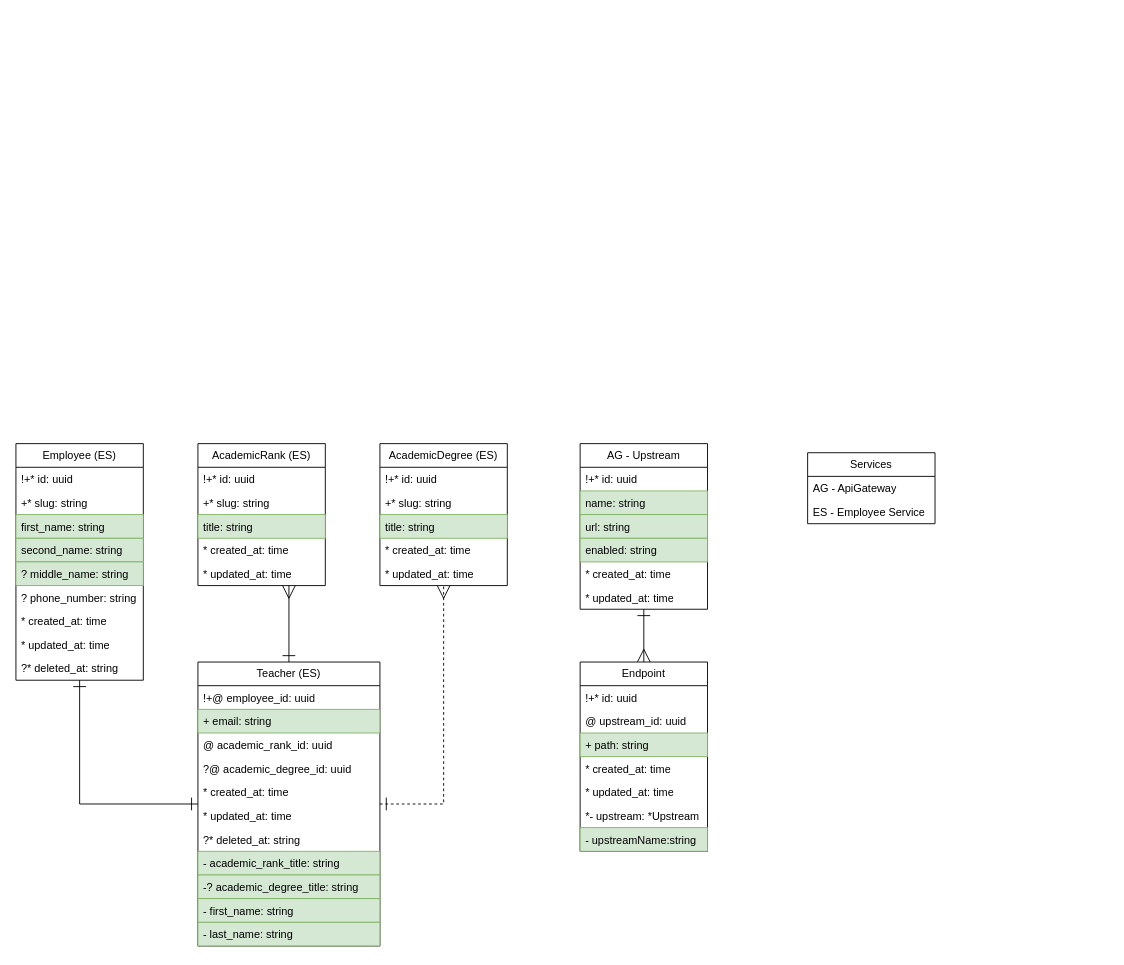
Earlier version of the draw.io diagram page "General" (2 of 5) of docs/entity_relationship.drawio (IrusHunter/duckademic). Source tidied: cells renumbered, new cells numbered last; positions are measured from the earlier drawing's top-left corner, leaving out a move shared by most shapes. Both pictures are drawn from the tidied source at 91%, with x=0, y=0 at pixel (15, 443).
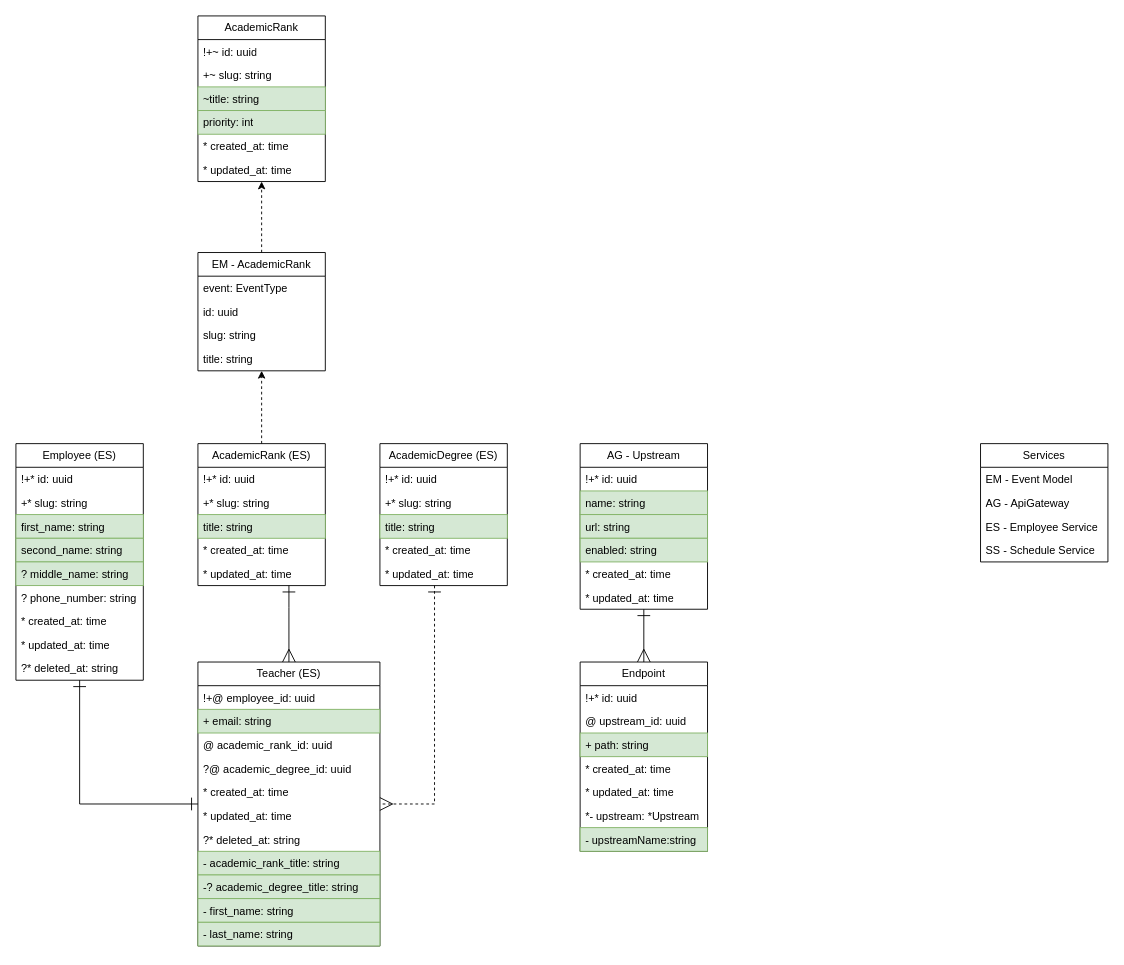
After the change.

The change refers to these unchanged cells:
```xml
<mxCell id="21" value="AcademicRank (ES)" style="swimlane;fontStyle=0;horizontal=1;startSize=26;fillColor=none;whiteSpace=wrap;html=1;" parent="1" vertex="1">
  <mxGeometry x="200" width="140" height="156" as="geometry" />
</mxCell>
<mxCell id="27" value="AcademicDegree (ES)" style="swimlane;fontStyle=0;horizontal=1;startSize=26;fillColor=none;whiteSpace=wrap;html=1;" parent="1" vertex="1">
  <mxGeometry x="400" width="140" height="156" as="geometry" />
</mxCell>
<mxCell id="43" value="Teacher (ES)" style="swimlane;fontStyle=0;horizontal=1;startSize=26;fillColor=none;whiteSpace=wrap;html=1;" parent="1" vertex="1">
  <mxGeometry x="200" y="240" width="200" height="312" as="geometry" />
</mxCell>
```

Change to the diagram source:
```diff
@@
     <mxCell id="18" value="Services" style="swimlane;fontStyle=0;horizontal=1;startSize=26;fillColor=none;whiteSpace=wrap;html=1;" parent="1" vertex="1">
-      <mxGeometry x="870" y="10" width="140" height="78" as="geometry" />
+      <mxGeometry x="1060" width="140" height="130" as="geometry" />
     </mxCell>
+    <mxCell id="58" value="EM - Event Model" style="text;strokeColor=none;fillColor=none;align=left;verticalAlign=top;spacingLeft=4;spacingRight=4;overflow=hidden;whiteSpace=wrap;html=1;" parent="18" vertex="1">
+      <mxGeometry y="26" width="140" height="26" as="geometry" />
+    </mxCell>
     <mxCell id="19" value="AG - ApiGateway" style="text;strokeColor=none;fillColor=none;align=left;verticalAlign=top;spacingLeft=4;spacingRight=4;overflow=hidden;whiteSpace=wrap;html=1;" parent="18" vertex="1">
-      <mxGeometry y="26" width="140" height="26" as="geometry" />
+      <mxGeometry y="52" width="140" height="26" as="geometry" />
     </mxCell>
     <mxCell id="20" value="ES - Employee Service" style="text;strokeColor=none;fillColor=none;align=left;verticalAlign=top;spacingLeft=4;spacingRight=4;overflow=hidden;whiteSpace=wrap;html=1;" parent="18" vertex="1">
-      <mxGeometry y="52" width="140" height="26" as="geometry" />
+      <mxGeometry y="78" width="140" height="26" as="geometry" />
     </mxCell>
+    <mxCell id="59" value="SS - Schedule Service" style="text;strokeColor=none;fillColor=none;align=left;verticalAlign=top;spacingLeft=4;spacingRight=4;overflow=hidden;whiteSpace=wrap;html=1;" parent="18" vertex="1">
+      <mxGeometry y="104" width="140" height="26" as="geometry" />
+    </mxCell>
+    <mxCell id="60" style="edgeStyle=orthogonalEdgeStyle;html=1;rounded=0;dashed=1;" parent="1" edge="1" source="21" target="61">
+      <mxGeometry relative="1" as="geometry" />
+    </mxCell>
@@
-    <mxCell id="56" style="edgeStyle=orthogonalEdgeStyle;html=1;startArrow=ERone;startFill=0;endArrow=ERmany;endFill=0;endSize=12;startSize=12;strokeWidth=1;rounded=0;curved=0;" parent="1" edge="1" source="43" target="21">
+    <mxCell id="56" style="edgeStyle=orthogonalEdgeStyle;html=1;startArrow=ERone;startFill=0;endArrow=ERmany;endFill=0;endSize=12;startSize=12;strokeWidth=1;rounded=0;curved=0;" parent="1" edge="1" source="21" target="43">
       <mxGeometry relative="1" as="geometry">
         <Array as="points">
-          <mxPoint x="250" y="240" />
-          <mxPoint x="250" y="240" />
+          <mxPoint x="300" y="180" />
+          <mxPoint x="300" y="180" />
         </Array>
       </mxGeometry>
     </mxCell>
-    <mxCell id="57" style="edgeStyle=orthogonalEdgeStyle;html=1;startArrow=ERone;startFill=0;endArrow=ERmany;endFill=0;endSize=12;startSize=12;strokeWidth=1;rounded=0;curved=0;dashed=1;" parent="1" edge="1" source="43" target="27">
+    <mxCell id="57" style="edgeStyle=orthogonalEdgeStyle;html=1;startArrow=ERone;startFill=0;endArrow=ERmany;endFill=0;endSize=12;startSize=12;strokeWidth=1;rounded=0;curved=0;dashed=1;" parent="1" edge="1" source="27" target="43">
       <mxGeometry relative="1" as="geometry">
         <Array as="points">
-          <mxPoint x="470" y="396" />
+          <mxPoint x="460" y="396" />
         </Array>
       </mxGeometry>
     </mxCell>
+    <mxCell id="61" value="EM - AcademicRank" style="swimlane;fontStyle=0;horizontal=1;startSize=26;fillColor=none;whiteSpace=wrap;html=1;" parent="1" vertex="1">
+      <mxGeometry x="200" y="-210" width="140" height="130" as="geometry" />
+    </mxCell>
+    <mxCell id="62" value="event: EventType" style="text;strokeColor=none;fillColor=none;align=left;verticalAlign=top;spacingLeft=4;spacingRight=4;overflow=hidden;whiteSpace=wrap;html=1;" parent="61" vertex="1">
+      <mxGeometry y="26" width="140" height="26" as="geometry" />
+    </mxCell>
+    <mxCell id="63" value="id: uuid" style="text;strokeColor=none;fillColor=none;align=left;verticalAlign=top;spacingLeft=4;spacingRight=4;overflow=hidden;whiteSpace=wrap;html=1;" parent="61" vertex="1">
+      <mxGeometry y="52" width="140" height="26" as="geometry" />
+    </mxCell>
+    <mxCell id="64" value="slug: string" style="text;strokeColor=none;fillColor=none;align=left;verticalAlign=top;spacingLeft=4;spacingRight=4;overflow=hidden;whiteSpace=wrap;html=1;" parent="61" vertex="1">
+      <mxGeometry y="78" width="140" height="26" as="geometry" />
+    </mxCell>
+    <mxCell id="65" value="title: string" style="text;align=left;verticalAlign=top;spacingLeft=4;spacingRight=4;overflow=hidden;whiteSpace=wrap;html=1;" parent="61" vertex="1">
+      <mxGeometry y="104" width="140" height="26" as="geometry" />
+    </mxCell>
+    <mxCell id="66" style="edgeStyle=orthogonalEdgeStyle;html=1;rounded=0;dashed=1;" parent="1" edge="1" source="61" target="67">
+      <mxGeometry relative="1" as="geometry" />
+    </mxCell>
+    <mxCell id="67" value="AcademicRank" style="swimlane;fontStyle=0;horizontal=1;startSize=26;fillColor=none;whiteSpace=wrap;html=1;" parent="1" vertex="1">
+      <mxGeometry x="200" y="-470" width="140" height="182" as="geometry" />
+    </mxCell>
+    <mxCell id="68" value="!+~ id: uuid" style="text;strokeColor=none;fillColor=none;align=left;verticalAlign=top;spacingLeft=4;spacingRight=4;overflow=hidden;whiteSpace=wrap;html=1;" parent="67" vertex="1">
+      <mxGeometry y="26" width="140" height="26" as="geometry" />
+    </mxCell>
+    <mxCell id="69" value="+~ slug: string" style="text;strokeColor=none;fillColor=none;align=left;verticalAlign=top;spacingLeft=4;spacingRight=4;overflow=hidden;whiteSpace=wrap;html=1;" parent="67" vertex="1">
+      <mxGeometry y="52" width="140" height="26" as="geometry" />
+    </mxCell>
+    <mxCell id="70" value="~title: string" style="text;strokeColor=#82b366;fillColor=#d5e8d4;align=left;verticalAlign=top;spacingLeft=4;spacingRight=4;overflow=hidden;whiteSpace=wrap;html=1;" parent="67" vertex="1">
+      <mxGeometry y="78" width="140" height="26" as="geometry" />
+    </mxCell>
+    <mxCell id="71" value="priority: int" style="text;strokeColor=#82b366;fillColor=#d5e8d4;align=left;verticalAlign=top;spacingLeft=4;spacingRight=4;overflow=hidden;whiteSpace=wrap;html=1;" parent="67" vertex="1">
+      <mxGeometry y="104" width="140" height="26" as="geometry" />
+    </mxCell>
+    <mxCell id="72" value="* created_at: time" style="text;strokeColor=none;fillColor=none;align=left;verticalAlign=top;spacingLeft=4;spacingRight=4;overflow=hidden;whiteSpace=wrap;html=1;" parent="67" vertex="1">
+      <mxGeometry y="130" width="140" height="26" as="geometry" />
+    </mxCell>
+    <mxCell id="73" value="* updated_at: time" style="text;strokeColor=none;fillColor=none;align=left;verticalAlign=top;spacingLeft=4;spacingRight=4;overflow=hidden;whiteSpace=wrap;html=1;" parent="67" vertex="1">
+      <mxGeometry y="156" width="140" height="26" as="geometry" />
+    </mxCell>
```
